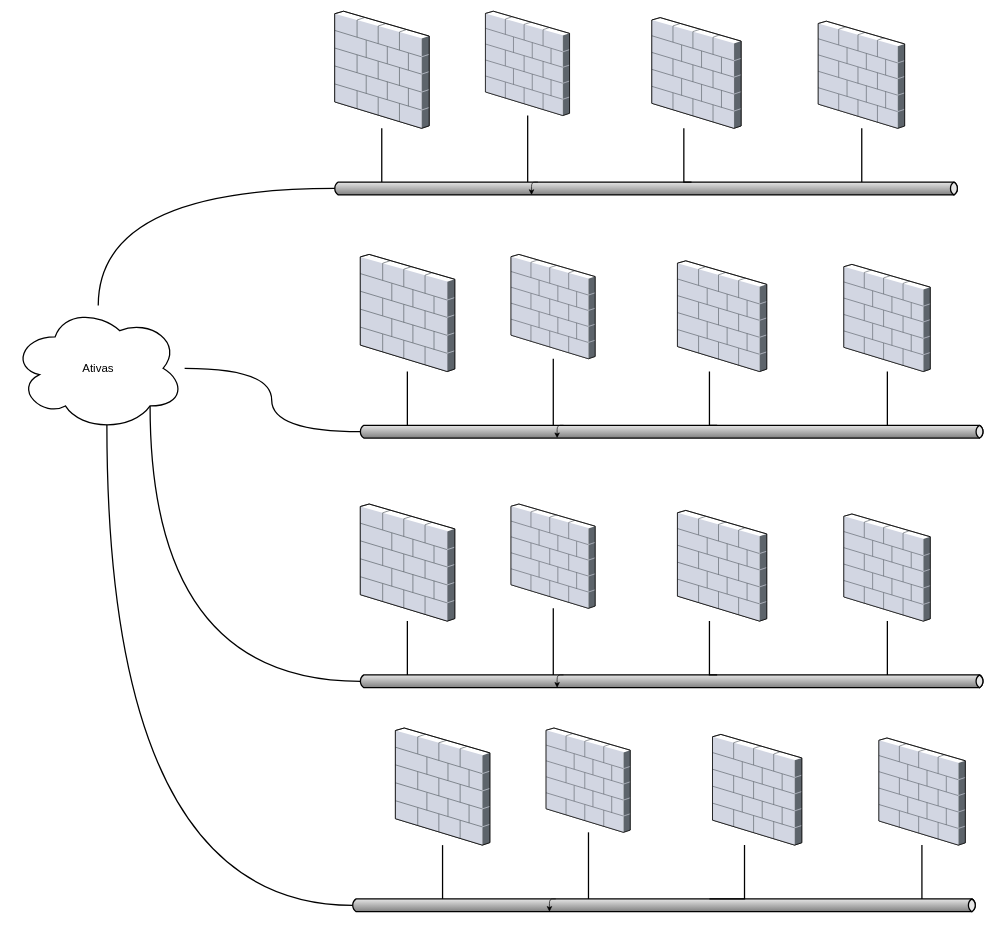
Earlier version of the draw.io diagram Untitled Diagram.drawio (DennisNgrox/zabbix). Source tidied: cells renumbered, new cells numbered last; positions are measured from the earlier drawing's top-left corner, leaving out a move shared by most shapes. Both pictures are drawn from the tidied source at 64%, with x=0, y=0 at pixel (12, 11).
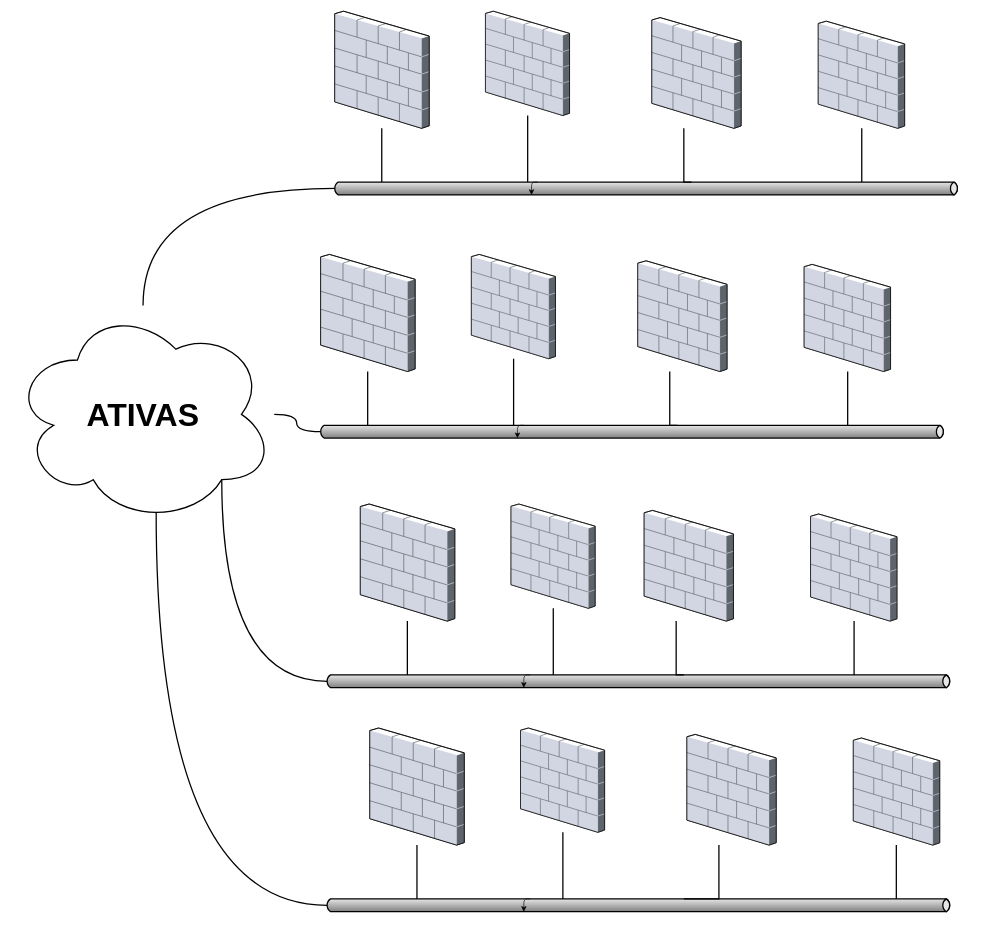
The same diagram, later.

Diff of the diagram source:
```diff
@@
-    <mxCell id="3" value="Ativas" style="ellipse;shape=cloud;whiteSpace=wrap;html=1;shadow=0;fontSize=18;fontStyle=0;gradientDirection=north;strokeWidth=2;" parent="1" vertex="1">
-      <mxGeometry y="460" width="270" height="196" as="geometry" />
+    <mxCell id="3" value="&lt;b&gt;&lt;font style=&quot;font-size: 50px&quot;&gt;ATIVAS&lt;/font&gt;&lt;/b&gt;" style="ellipse;shape=cloud;whiteSpace=wrap;html=1;shadow=0;fontSize=18;fontStyle=0;gradientDirection=north;strokeWidth=2;" parent="1" vertex="1">
+      <mxGeometry y="460" width="410" height="340" as="geometry" />
     </mxCell>
@@
     <mxCell id="19" style="strokeWidth=2;dashed=0;align=center;html=1;fontSize=8;shape=mxgraph.eip.messageChannel;shadow=0;fontStyle=0;" parent="1" vertex="1">
-      <mxGeometry x="542" y="647" width="978" height="20" as="geometry" />
+      <mxGeometry x="480" y="647" width="978" height="20" as="geometry" />
     </mxCell>
@@
     <mxCell id="21" style="edgeStyle=elbowEdgeStyle;strokeWidth=2;rounded=0;endArrow=none;startArrow=none;startSize=10;endSize=10;dashed=0;html=1;fontSize=18;startFill=0;endFill=0;fontStyle=0;exitX=0;exitY=0;exitDx=560;exitDy=0;exitPerimeter=0;" parent="1" edge="1" source="19" target="28">
       <mxGeometry relative="1" as="geometry">
         <Array as="points">
-          <mxPoint x="1090" y="600" />
-          <mxPoint x="827.5" y="538" />
+          <mxPoint x="1028" y="600" />
+          <mxPoint x="765.5" y="538" />
         </Array>
       </mxGeometry>
     </mxCell>
@@
     <mxCell id="25" style="edgeStyle=orthogonalEdgeStyle;rounded=0;jumpStyle=none;html=1;exitX=0.75;exitY=0;entryX=0.75;entryY=0;shadow=0;labelBackgroundColor=none;startArrow=none;startFill=0;endArrow=classic;endFill=1;endSize=6;jettySize=auto;orthogonalLoop=1;strokeWidth=2;fontFamily=Helvetica;fontSize=14;align=left;fontStyle=0;" parent="1" edge="1">
       <mxGeometry relative="1" as="geometry">
-        <mxPoint x="970" y="527" as="sourcePoint" />
-        <mxPoint x="970" y="527" as="targetPoint" />
+        <mxPoint x="908" y="527" as="sourcePoint" />
+        <mxPoint x="908" y="527" as="targetPoint" />
       </mxGeometry>
     </mxCell>
     <mxCell id="26" style="verticalLabelPosition=bottom;sketch=0;html=1;verticalAlign=top;strokeColor=none;align=center;outlineConnect=0;shape=mxgraph.citrix.firewall;" parent="1" vertex="1">
-      <mxGeometry x="780" y="380" width="131.4" height="163" as="geometry" />
+      <mxGeometry x="718" y="380" width="131.4" height="163" as="geometry" />
     </mxCell>
     <mxCell id="27" style="verticalLabelPosition=bottom;sketch=0;html=1;verticalAlign=top;strokeColor=none;align=center;outlineConnect=0;shape=mxgraph.citrix.firewall;" parent="1" vertex="1">
-      <mxGeometry x="544.5" y="380" width="147.6" height="183" as="geometry" />
+      <mxGeometry x="482.5" y="380" width="147.6" height="183" as="geometry" />
     </mxCell>
     <mxCell id="28" style="verticalLabelPosition=bottom;sketch=0;html=1;verticalAlign=top;strokeColor=none;align=center;outlineConnect=0;shape=mxgraph.citrix.firewall;" parent="1" vertex="1">
-      <mxGeometry x="1040" y="390" width="139.5" height="173" as="geometry" />
+      <mxGeometry x="978" y="390" width="139.5" height="173" as="geometry" />
     </mxCell>
     <mxCell id="29" style="verticalLabelPosition=bottom;sketch=0;html=1;verticalAlign=top;strokeColor=none;align=center;outlineConnect=0;shape=mxgraph.citrix.firewall;" parent="1" vertex="1">
-      <mxGeometry x="1300" y="395.6" width="135" height="167.4" as="geometry" />
+      <mxGeometry x="1238" y="395.6" width="135" height="167.4" as="geometry" />
     </mxCell>
@@
     <mxCell id="31" style="strokeWidth=2;dashed=0;align=center;html=1;fontSize=8;shape=mxgraph.eip.messageChannel;shadow=0;fontStyle=0;" parent="1" vertex="1">
-      <mxGeometry x="542" y="1037" width="978" height="20" as="geometry" />
+      <mxGeometry x="490" y="1037" width="978" height="20" as="geometry" />
     </mxCell>
@@
     <mxCell id="33" style="edgeStyle=elbowEdgeStyle;strokeWidth=2;rounded=0;endArrow=none;startArrow=none;startSize=10;endSize=10;dashed=0;html=1;fontSize=18;startFill=0;endFill=0;fontStyle=0;exitX=0;exitY=0;exitDx=560;exitDy=0;exitPerimeter=0;" parent="1" edge="1" source="31" target="40">
       <mxGeometry relative="1" as="geometry">
         <Array as="points">
-          <mxPoint x="1090" y="990" />
-          <mxPoint x="827.5" y="928" />
+          <mxPoint x="1038" y="990" />
+          <mxPoint x="775.5" y="928" />
         </Array>
       </mxGeometry>
     </mxCell>
@@
     <mxCell id="37" style="edgeStyle=orthogonalEdgeStyle;rounded=0;jumpStyle=none;html=1;exitX=0.75;exitY=0;entryX=0.75;entryY=0;shadow=0;labelBackgroundColor=none;startArrow=none;startFill=0;endArrow=classic;endFill=1;endSize=6;jettySize=auto;orthogonalLoop=1;strokeWidth=2;fontFamily=Helvetica;fontSize=14;align=left;fontStyle=0;" parent="1" edge="1">
       <mxGeometry relative="1" as="geometry">
-        <mxPoint x="970" y="917" as="sourcePoint" />
-        <mxPoint x="970" y="917" as="targetPoint" />
+        <mxPoint x="918" y="917" as="sourcePoint" />
+        <mxPoint x="918" y="917" as="targetPoint" />
       </mxGeometry>
     </mxCell>
@@
     <mxCell id="40" style="verticalLabelPosition=bottom;sketch=0;html=1;verticalAlign=top;strokeColor=none;align=center;outlineConnect=0;shape=mxgraph.citrix.firewall;" parent="1" vertex="1">
-      <mxGeometry x="1040" y="780" width="139.5" height="173" as="geometry" />
+      <mxGeometry x="988" y="780" width="139.5" height="173" as="geometry" />
     </mxCell>
     <mxCell id="41" style="verticalLabelPosition=bottom;sketch=0;html=1;verticalAlign=top;strokeColor=none;align=center;outlineConnect=0;shape=mxgraph.citrix.firewall;" parent="1" vertex="1">
-      <mxGeometry x="1300" y="785.6" width="135" height="167.4" as="geometry" />
+      <mxGeometry x="1248" y="785.6" width="135" height="167.4" as="geometry" />
     </mxCell>
@@
     <mxCell id="43" style="strokeWidth=2;dashed=0;align=center;html=1;fontSize=8;shape=mxgraph.eip.messageChannel;shadow=0;fontStyle=0;" parent="1" vertex="1">
-      <mxGeometry x="530" y="1387" width="978" height="20" as="geometry" />
+      <mxGeometry x="490" y="1387" width="978" height="20" as="geometry" />
     </mxCell>
@@
     <mxCell id="45" style="edgeStyle=elbowEdgeStyle;strokeWidth=2;rounded=0;endArrow=none;startArrow=none;startSize=10;endSize=10;dashed=0;html=1;fontSize=18;startFill=0;endFill=0;fontStyle=0;exitX=0;exitY=0;exitDx=560;exitDy=0;exitPerimeter=0;" parent="1" edge="1" source="43" target="52">
       <mxGeometry relative="1" as="geometry">
         <Array as="points">
-          <mxPoint x="1144.8" y="1340" />
-          <mxPoint x="882.3" y="1278" />
+          <mxPoint x="1104.8" y="1340" />
+          <mxPoint x="842.3" y="1278" />
         </Array>
       </mxGeometry>
     </mxCell>
@@
     <mxCell id="48" style="edgeStyle=orthogonalEdgeStyle;rounded=0;jumpStyle=none;html=1;exitX=0;exitY=0.5;entryX=0;entryY=0.5;shadow=0;labelBackgroundColor=none;startArrow=none;startFill=0;endArrow=classic;endFill=1;endSize=6;jettySize=auto;orthogonalLoop=1;strokeWidth=2;fontFamily=Helvetica;fontSize=14;align=left;fontStyle=0;" parent="1" edge="1">
       <mxGeometry relative="1" as="geometry">
-        <mxPoint x="564.8" y="1207.5" as="sourcePoint" />
-        <mxPoint x="564.8" y="1207.5" as="targetPoint" />
+        <mxPoint x="524.8" y="1207.5" as="sourcePoint" />
+        <mxPoint x="524.8" y="1207.5" as="targetPoint" />
       </mxGeometry>
     </mxCell>
     <mxCell id="49" style="edgeStyle=orthogonalEdgeStyle;rounded=0;jumpStyle=none;html=1;exitX=0.75;exitY=0;entryX=0.75;entryY=0;shadow=0;labelBackgroundColor=none;startArrow=none;startFill=0;endArrow=classic;endFill=1;endSize=6;jettySize=auto;orthogonalLoop=1;strokeWidth=2;fontFamily=Helvetica;fontSize=14;align=left;fontStyle=0;" parent="1" edge="1">
       <mxGeometry relative="1" as="geometry">
-        <mxPoint x="1024.8" y="1267" as="sourcePoint" />
-        <mxPoint x="1024.8" y="1267" as="targetPoint" />
+        <mxPoint x="984.8" y="1267" as="sourcePoint" />
+        <mxPoint x="984.8" y="1267" as="targetPoint" />
       </mxGeometry>
     </mxCell>
     <mxCell id="50" style="verticalLabelPosition=bottom;sketch=0;html=1;verticalAlign=top;strokeColor=none;align=center;outlineConnect=0;shape=mxgraph.citrix.firewall;" parent="1" vertex="1">
-      <mxGeometry x="834.8" y="1120" width="131.4" height="163" as="geometry" />
+      <mxGeometry x="794.8" y="1120" width="131.4" height="163" as="geometry" />
     </mxCell>
     <mxCell id="51" style="verticalLabelPosition=bottom;sketch=0;html=1;verticalAlign=top;strokeColor=none;align=center;outlineConnect=0;shape=mxgraph.citrix.firewall;" parent="1" vertex="1">
-      <mxGeometry x="599.3" y="1120" width="147.6" height="183" as="geometry" />
+      <mxGeometry x="559.3" y="1120" width="147.6" height="183" as="geometry" />
     </mxCell>
     <mxCell id="52" style="verticalLabelPosition=bottom;sketch=0;html=1;verticalAlign=top;strokeColor=none;align=center;outlineConnect=0;shape=mxgraph.citrix.firewall;" parent="1" vertex="1">
-      <mxGeometry x="1094.8" y="1130" width="139.5" height="173" as="geometry" />
+      <mxGeometry x="1054.8" y="1130" width="139.5" height="173" as="geometry" />
     </mxCell>
     <mxCell id="53" style="verticalLabelPosition=bottom;sketch=0;html=1;verticalAlign=top;strokeColor=none;align=center;outlineConnect=0;shape=mxgraph.citrix.firewall;" parent="1" vertex="1">
-      <mxGeometry x="1354.8" y="1135.6" width="135" height="167.4" as="geometry" />
+      <mxGeometry x="1314.8" y="1135.6" width="135" height="167.4" as="geometry" />
     </mxCell>
```
